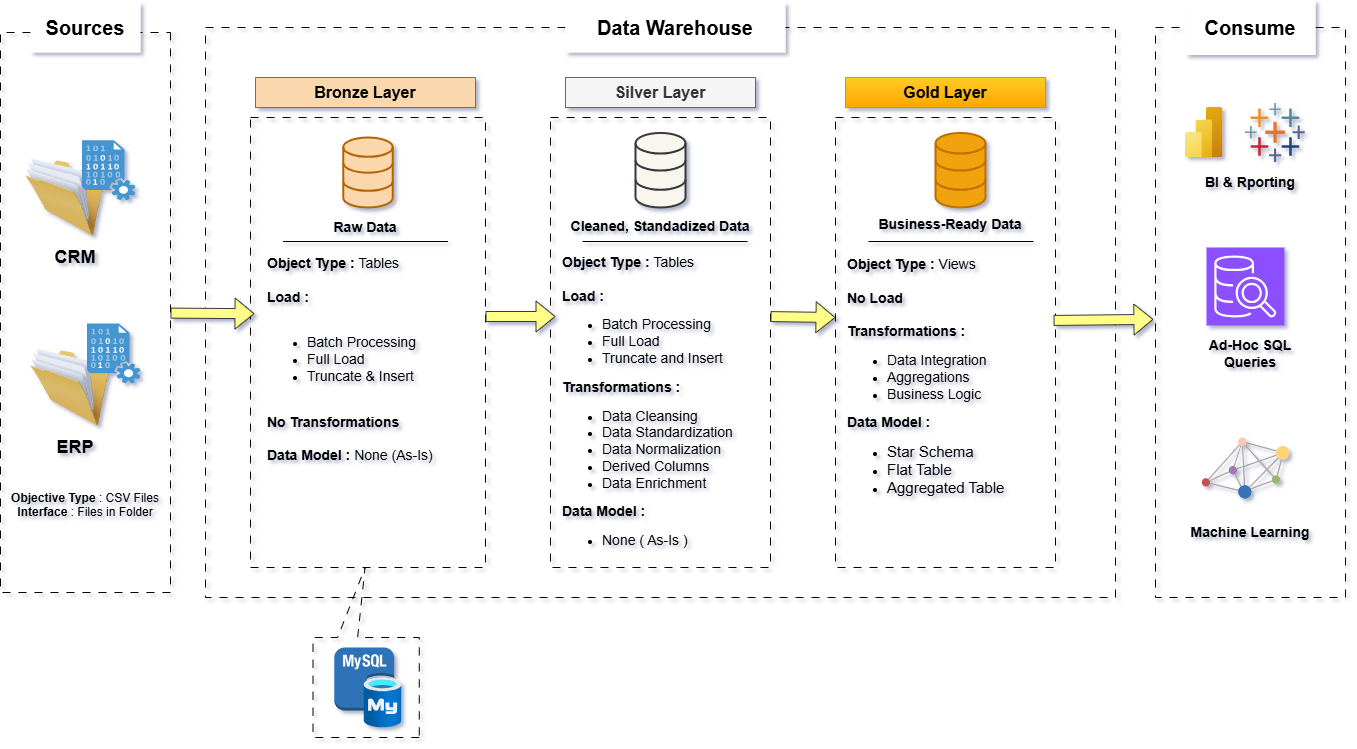
Earlier version of the draw.io export docs/DWH_Medallion_Structure.png (shakthiprasadronad/sql_data_warehouse_project). Source tidied: cells renumbered, new cells last; positions are measured from the earlier drawing's top-left corner, leaving out a move shared by most shapes.
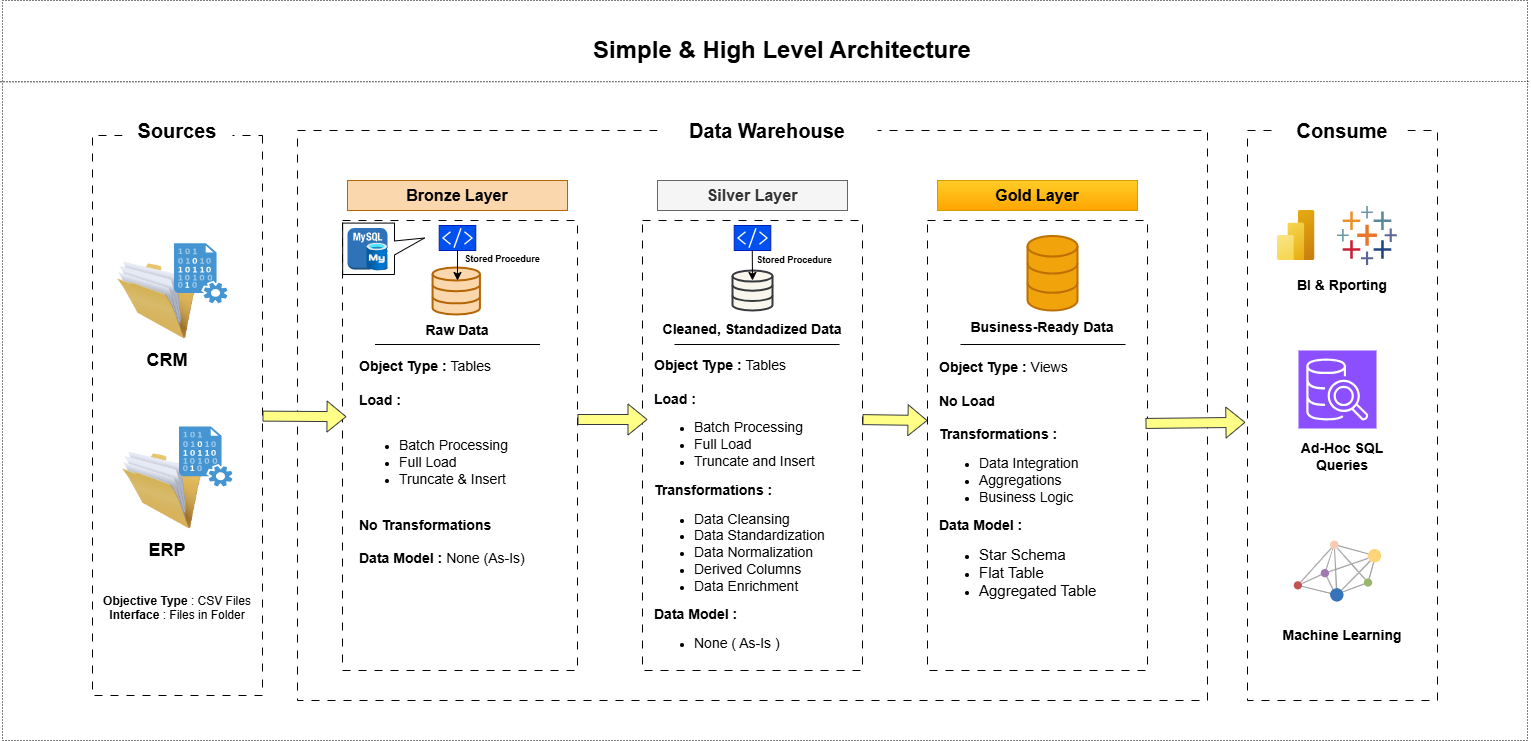
Above is the later version.

Diff of the diagram source:
```diff
@@ -60,10 +60,10 @@
       <mxGeometry x="200" y="468" width="160" height="90" as="geometry" />
     </mxCell>
     <mxCell id="21" style="html=1;verticalLabelPosition=bottom;align=center;labelBackgroundColor=#ffffff;verticalAlign=top;strokeWidth=2;strokeColor=#b46504;shadow=0;dashed=0;shape=mxgraph.ios7.icons.data;fillColor=#fad7ac;" parent="1" vertex="1">
-      <mxGeometry x="537.8" y="138" width="49.5" height="70" as="geometry" />
+      <mxGeometry x="535.1" y="165" width="47.4" height="47" as="geometry" />
     </mxCell>
     <mxCell id="22" style="html=1;verticalLabelPosition=bottom;align=center;labelBackgroundColor=#ffffff;verticalAlign=top;strokeWidth=2;strokeColor=#36393d;shadow=0;dashed=0;shape=mxgraph.ios7.icons.data;fillColor=#f9f7ed;" parent="1" vertex="1">
-      <mxGeometry x="830" y="133.4" width="50" height="74.5" as="geometry" />
+      <mxGeometry x="835" y="168" width="40" height="40" as="geometry" />
     </mxCell>
     <mxCell id="23" style="html=1;verticalLabelPosition=bottom;align=center;labelBackgroundColor=#ffffff;verticalAlign=top;strokeWidth=2;strokeColor=#BD7000;shadow=0;dashed=0;shape=mxgraph.ios7.icons.data;fillColor=#f0a30a;fontColor=#000000;" parent="1" vertex="1">
       <mxGeometry x="1130" y="133.4" width="50" height="74.5" as="geometry" />
@@ -143,14 +143,53 @@
     <mxCell id="43" style="sketch=0;fontColor=#232F3E;fillColor=#8C4FFF;strokeColor=#ffffff;dashed=0;verticalLabelPosition=bottom;verticalAlign=top;align=center;html=1;fontSize=12;fontStyle=0;shape=mxgraph.aws4.resourceIcon;resIcon=mxgraph.aws4.sql_workbench;" parent="1" vertex="1">
       <mxGeometry x="1401" y="248" width="78" height="78" as="geometry" />
     </mxCell>
-    <mxCell id="44" style="shape=callout;whiteSpace=wrap;html=1;perimeter=calloutPerimeter;rotation=-180;position2=0.51;size=70;position=0.58;dashed=1;dashPattern=8 8;fillColor=none;" parent="1" vertex="1">
-      <mxGeometry x="507.5" y="568" width="106.2" height="170" as="geometry" />
+    <mxCell id="44" style="shape=callout;whiteSpace=wrap;html=1;perimeter=calloutPerimeter;rotation=-90;position2=0.71;size=30;position=0.38;fillColor=none;base=14;" parent="1" vertex="1">
+      <mxGeometry x="460.4" y="105.4" width="51.4" height="81.8" as="geometry" />
     </mxCell>
     <mxCell id="45" style="dashed=0;verticalLabelPosition=bottom;verticalAlign=top;align=center;html=1;shape=mxgraph.aws3.mysql_db_instance;fillColor=#2E73B8;gradientColor=none;" parent="1" vertex="1">
-      <mxGeometry x="528.8" y="648" width="60" height="64.5" as="geometry" />
+      <mxGeometry x="450" y="125.5" width="40" height="42.5" as="geometry" />
     </mxCell>
     <mxCell id="46" style="image;html=1;align=center;fontSize=12;image=img/lib/azure2/databases/Azure_Database_MySQL_Server.svg;" parent="1" vertex="1">
-      <mxGeometry x="558.8" y="678.5" width="37.5" height="50" as="geometry" />
+      <mxGeometry x="469.6" y="140.7" width="20.4" height="27.3" as="geometry" />
     </mxCell>
+    <mxCell id="47" style="rounded=0;whiteSpace=wrap;html=1;fillColor=#0050ef;fontColor=#ffffff;strokeColor=#001DBC;" parent="1" vertex="1">
+      <mxGeometry x="541.7" y="123" width="36.5" height="25" as="geometry" />
+    </mxCell>
+    <mxCell id="48" style="sketch=0;fontColor=#ffffff;fillColor=light-dark(#fcfcfc, #6db2ff);strokeColor=none;dashed=0;verticalLabelPosition=bottom;verticalAlign=top;align=center;html=1;fontSize=12;fontStyle=0;shape=mxgraph.aws4.programming_language;fillStyle=auto;gradientColor=none;" parent="1" vertex="1">
+      <mxGeometry x="544.7" y="125.5" width="30.6" height="20" as="geometry" />
+    </mxCell>
+    <mxCell id="49" style="rounded=0;whiteSpace=wrap;html=1;fillColor=#0050ef;fontColor=#ffffff;strokeColor=#001DBC;" parent="1" vertex="1">
+      <mxGeometry x="836.7" y="123" width="36.5" height="25" as="geometry" />
+    </mxCell>
+    <mxCell id="50" style="sketch=0;fontColor=#ffffff;fillColor=light-dark(#fcfcfc, #6db2ff);strokeColor=none;dashed=0;verticalLabelPosition=bottom;verticalAlign=top;align=center;html=1;fontSize=12;fontStyle=0;shape=mxgraph.aws4.programming_language;fillStyle=auto;gradientColor=none;" parent="1" vertex="1">
+      <mxGeometry x="839.7" y="125.5" width="30.6" height="20" as="geometry" />
+    </mxCell>
+    <mxCell id="51" style="endArrow=classic;html=1;rounded=0;exitX=0.5;exitY=1;exitDx=0;exitDy=0;entryX=0.526;entryY=0.277;entryDx=0;entryDy=0;entryPerimeter=0;" parent="1" edge="1" source="47" target="21">
+      <mxGeometry relative="1" as="geometry" />
+    </mxCell>
+    <mxCell id="52" style="endArrow=classic;html=1;rounded=0;" parent="1" edge="1">
+      <mxGeometry relative="1" as="geometry">
+        <mxPoint x="854.8" y="148" as="sourcePoint" />
+        <mxPoint x="855" y="178" as="targetPoint" />
+      </mxGeometry>
+    </mxCell>
+    <mxCell id="53" value="&lt;b&gt;&lt;font style=&quot;font-size: 9px;&quot;&gt;Stored Procedure&lt;/font&gt;&lt;/b&gt;" style="rounded=0;whiteSpace=wrap;html=1;fillColor=none;strokeColor=none;" parent="1" vertex="1">
+      <mxGeometry x="559" y="140.7" width="91.7" height="30" as="geometry" />
+    </mxCell>
+    <mxCell id="54" value="&lt;b&gt;&lt;font style=&quot;font-size: 9px;&quot;&gt;Stored Procedure&lt;/font&gt;&lt;/b&gt;" style="rounded=0;whiteSpace=wrap;html=1;fillColor=none;strokeColor=none;" parent="1" vertex="1">
+      <mxGeometry x="851" y="141.7" width="91.7" height="30" as="geometry" />
+    </mxCell>
+    <mxCell id="55" style="rounded=0;whiteSpace=wrap;html=1;fillColor=none;dashed=1;dashPattern=1 2;" parent="1" vertex="1">
+      <mxGeometry x="105" y="-102" width="1525" height="740" as="geometry" />
+    </mxCell>
+    <mxCell id="56" value="&lt;h1&gt;Simple &amp;amp; High Level Architecture&lt;/h1&gt;" style="rounded=0;whiteSpace=wrap;html=1;fillColor=none;strokeColor=none;" parent="1" vertex="1">
+      <mxGeometry x="670" y="-82" width="430" height="60" as="geometry" />
+    </mxCell>
+    <mxCell id="57" style="endArrow=none;html=1;rounded=0;exitX=-0.002;exitY=0.126;exitDx=0;exitDy=0;exitPerimeter=0;strokeWidth=1;dashed=1;dashPattern=1 2;" parent="1" edge="1">
+      <mxGeometry relative="1" as="geometry">
+        <mxPoint x="102.9" y="-20.8" as="sourcePoint" />
+        <mxPoint x="1631" y="-21" as="targetPoint" />
+      </mxGeometry>
+    </mxCell>
   </root>
 </mxGraphModel>
```
